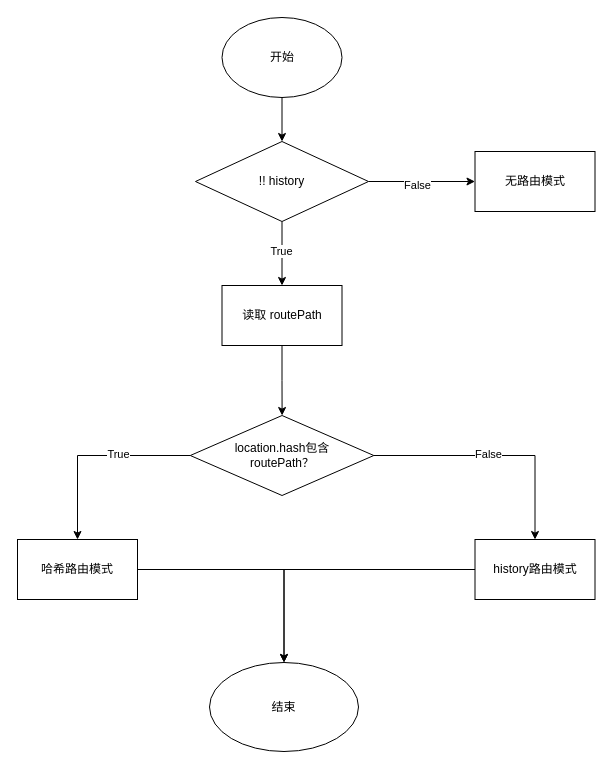
Earlier version of the draw.io diagram URL Manipulation.drawio (Zsynuting/diagram). Source tidied: cells renumbered, new cells numbered last; positions are measured from the earlier drawing's top-left corner, leaving out a move shared by most shapes. Both pictures are drawn from the tidied source at 100%, with x=0, y=0 at pixel (17, 17).
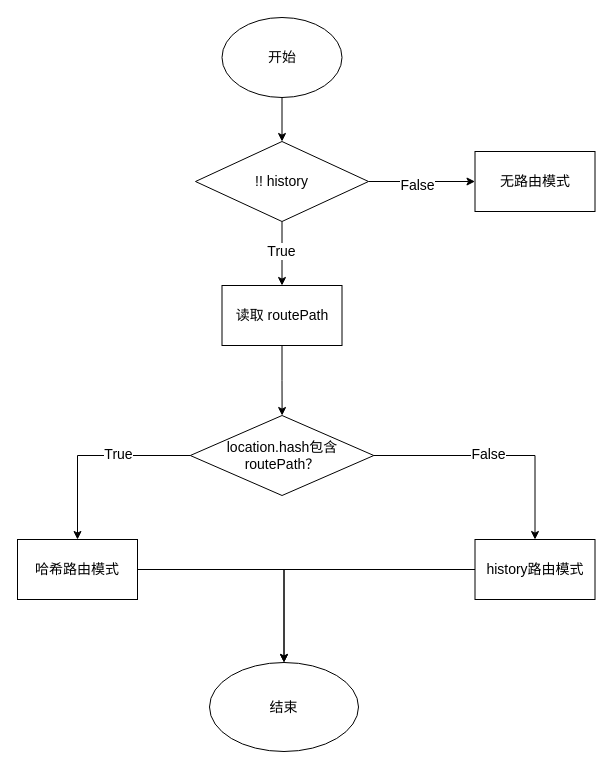
Above is the later version.

What changed in the source:
```diff
@@
-    <mxCell id="2" style="edgeStyle=orthogonalEdgeStyle;rounded=0;jettySize=auto;html=1;" parent="1" edge="1" source="3" target="8">
+    <mxCell id="2" style="edgeStyle=orthogonalEdgeStyle;rounded=0;jettySize=auto;html=1;fontSize=14;labelBorderColor=none;" parent="1" edge="1" source="3" target="8">
       <mxGeometry relative="1" as="geometry" />
     </mxCell>
-    <mxCell id="3" value="开始" style="ellipse;whiteSpace=wrap;html=1;" parent="1" vertex="1">
+    <mxCell id="3" value="开始" style="ellipse;whiteSpace=wrap;html=1;fontSize=14;labelBorderColor=none;" parent="1" vertex="1">
       <mxGeometry x="204.5" width="120" height="80" as="geometry" />
     </mxCell>
-    <mxCell id="4" style="edgeStyle=orthogonalEdgeStyle;rounded=0;jettySize=auto;html=1;" parent="1" edge="1" source="8" target="10">
+    <mxCell id="4" style="edgeStyle=orthogonalEdgeStyle;rounded=0;jettySize=auto;html=1;fontSize=14;labelBorderColor=none;" parent="1" edge="1" source="8" target="10">
       <mxGeometry relative="1" as="geometry" />
     </mxCell>
-    <mxCell id="5" value="True" style="edgeLabel;html=1;align=center;verticalAlign=middle;" parent="4" vertex="1">
+    <mxCell id="5" value="True" style="edgeLabel;html=1;align=center;verticalAlign=middle;fontSize=14;labelBorderColor=none;" parent="4" vertex="1">
       <mxGeometry x="-0.1" y="-1" relative="1" as="geometry" />
     </mxCell>
-    <mxCell id="6" style="edgeStyle=orthogonalEdgeStyle;rounded=0;jettySize=auto;html=1;" parent="1" edge="1" source="8" target="11">
+    <mxCell id="6" style="edgeStyle=orthogonalEdgeStyle;rounded=0;jettySize=auto;html=1;fontSize=14;labelBorderColor=none;" parent="1" edge="1" source="8" target="11">
       <mxGeometry relative="1" as="geometry" />
     </mxCell>
-    <mxCell id="7" value="False" style="edgeLabel;html=1;align=center;verticalAlign=middle;" parent="6" vertex="1">
+    <mxCell id="7" value="False" style="edgeLabel;html=1;align=center;verticalAlign=middle;fontSize=14;labelBorderColor=none;" parent="6" vertex="1">
       <mxGeometry x="-0.1" y="-3" relative="1" as="geometry" />
     </mxCell>
-    <mxCell id="8" value="!! history" style="rhombus;whiteSpace=wrap;html=1;" parent="1" vertex="1">
+    <mxCell id="8" value="!! history" style="rhombus;whiteSpace=wrap;html=1;fontSize=14;labelBorderColor=none;" parent="1" vertex="1">
       <mxGeometry x="178" y="124" width="173" height="80" as="geometry" />
     </mxCell>
-    <mxCell id="9" style="edgeStyle=orthogonalEdgeStyle;rounded=0;jettySize=auto;html=1;" parent="1" edge="1" source="10" target="16">
+    <mxCell id="9" style="edgeStyle=orthogonalEdgeStyle;rounded=0;jettySize=auto;html=1;fontSize=14;labelBorderColor=none;" parent="1" edge="1" source="10" target="16">
       <mxGeometry relative="1" as="geometry" />
     </mxCell>
-    <mxCell id="10" value="读取 routePath" style="whiteSpace=wrap;html=1;" parent="1" vertex="1">
+    <mxCell id="10" value="读取 routePath" style="whiteSpace=wrap;html=1;fontSize=14;labelBorderColor=none;" parent="1" vertex="1">
       <mxGeometry x="204.5" y="268" width="120" height="60" as="geometry" />
     </mxCell>
-    <mxCell id="11" value="无路由模式" style="whiteSpace=wrap;html=1;" parent="1" vertex="1">
+    <mxCell id="11" value="无路由模式" style="whiteSpace=wrap;html=1;fontSize=14;labelBorderColor=none;" parent="1" vertex="1">
       <mxGeometry x="457.5" y="134" width="120" height="60" as="geometry" />
     </mxCell>
-    <mxCell id="12" style="edgeStyle=orthogonalEdgeStyle;rounded=0;jettySize=auto;html=1;" parent="1" edge="1" source="16" target="18">
+    <mxCell id="12" style="edgeStyle=orthogonalEdgeStyle;rounded=0;jettySize=auto;html=1;fontSize=14;labelBorderColor=none;" parent="1" edge="1" source="16" target="18">
       <mxGeometry relative="1" as="geometry" />
     </mxCell>
-    <mxCell id="13" value="True" style="edgeLabel;html=1;align=center;verticalAlign=middle;" parent="12" vertex="1">
+    <mxCell id="13" value="True" style="edgeLabel;html=1;align=center;verticalAlign=middle;fontSize=14;labelBorderColor=none;" parent="12" vertex="1">
       <mxGeometry x="-0.27" y="-2" relative="1" as="geometry" />
     </mxCell>
-    <mxCell id="14" style="edgeStyle=orthogonalEdgeStyle;rounded=0;jettySize=auto;html=1;" parent="1" edge="1" source="16" target="20">
+    <mxCell id="14" style="edgeStyle=orthogonalEdgeStyle;rounded=0;jettySize=auto;html=1;fontSize=14;labelBorderColor=none;" parent="1" edge="1" source="16" target="20">
       <mxGeometry relative="1" as="geometry" />
     </mxCell>
-    <mxCell id="15" value="False" style="edgeLabel;html=1;align=center;verticalAlign=middle;" parent="14" vertex="1">
+    <mxCell id="15" value="False" style="edgeLabel;html=1;align=center;verticalAlign=middle;fontSize=14;labelBorderColor=none;" parent="14" vertex="1">
       <mxGeometry x="-0.07" y="2" relative="1" as="geometry" />
     </mxCell>
-    <mxCell id="16" value="location.hash包含&lt;br&gt;routePath？" style="rhombus;whiteSpace=wrap;html=1;" parent="1" vertex="1">
+    <mxCell id="16" value="location.hash包含&lt;br style=&quot;font-size: 14px;&quot;&gt;routePath？" style="rhombus;whiteSpace=wrap;html=1;fontSize=14;labelBorderColor=none;" parent="1" vertex="1">
       <mxGeometry x="172.8" y="398" width="183.5" height="80" as="geometry" />
     </mxCell>
-    <mxCell id="17" style="edgeStyle=orthogonalEdgeStyle;rounded=0;jettySize=auto;html=1;" parent="1" edge="1" source="18" target="21">
+    <mxCell id="17" style="edgeStyle=orthogonalEdgeStyle;rounded=0;jettySize=auto;html=1;fontSize=14;labelBorderColor=none;" parent="1" edge="1" source="18" target="21">
       <mxGeometry relative="1" as="geometry" />
     </mxCell>
-    <mxCell id="18" value="哈希路由模式" style="whiteSpace=wrap;html=1;" parent="1" vertex="1">
+    <mxCell id="18" value="哈希路由模式" style="whiteSpace=wrap;html=1;fontSize=14;labelBorderColor=none;" parent="1" vertex="1">
       <mxGeometry y="522" width="120" height="60" as="geometry" />
     </mxCell>
-    <mxCell id="19" style="edgeStyle=orthogonalEdgeStyle;rounded=0;jettySize=auto;html=1;" parent="1" edge="1" source="20" target="21">
+    <mxCell id="19" style="edgeStyle=orthogonalEdgeStyle;rounded=0;jettySize=auto;html=1;fontSize=14;labelBorderColor=none;" parent="1" edge="1" source="20" target="21">
       <mxGeometry relative="1" as="geometry" />
     </mxCell>
-    <mxCell id="20" value="history路由模式" style="whiteSpace=wrap;html=1;" parent="1" vertex="1">
+    <mxCell id="20" value="history路由模式" style="whiteSpace=wrap;html=1;fontSize=14;labelBorderColor=none;" parent="1" vertex="1">
       <mxGeometry x="457.5" y="522" width="120" height="60" as="geometry" />
     </mxCell>
-    <mxCell id="21" value="结束" style="ellipse;whiteSpace=wrap;html=1;" parent="1" vertex="1">
+    <mxCell id="21" value="结束" style="ellipse;whiteSpace=wrap;html=1;fontSize=14;labelBorderColor=none;" parent="1" vertex="1">
       <mxGeometry x="192" y="645" width="149" height="89" as="geometry" />
     </mxCell>
```
